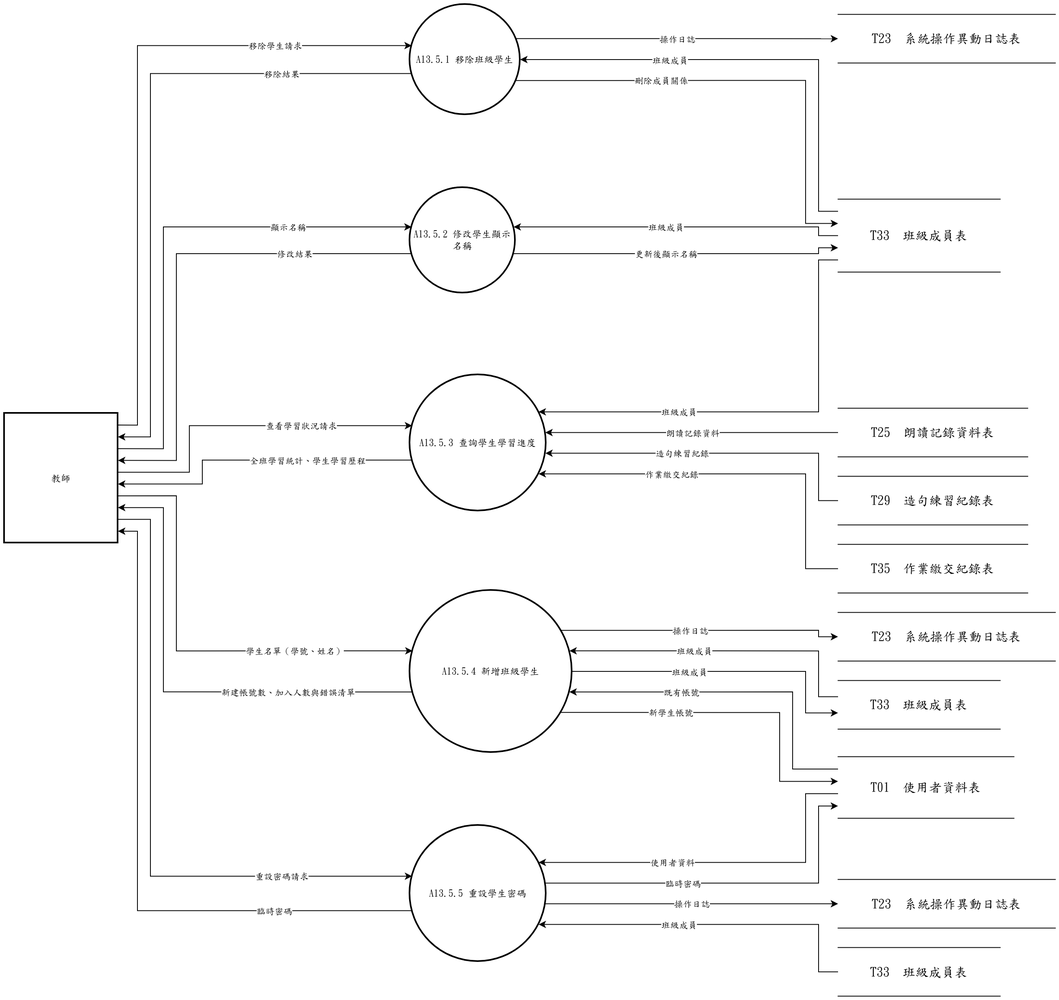
Before: 系統文件/第6章/DFD圖/圖13/圖13-5.drawio.png, a diagram exported from draw.io (s22452007/115502). Source tidied: cells renumbered, new cells last; positions are measured from the earlier drawing's top-left corner, leaving out a move shared by most shapes.
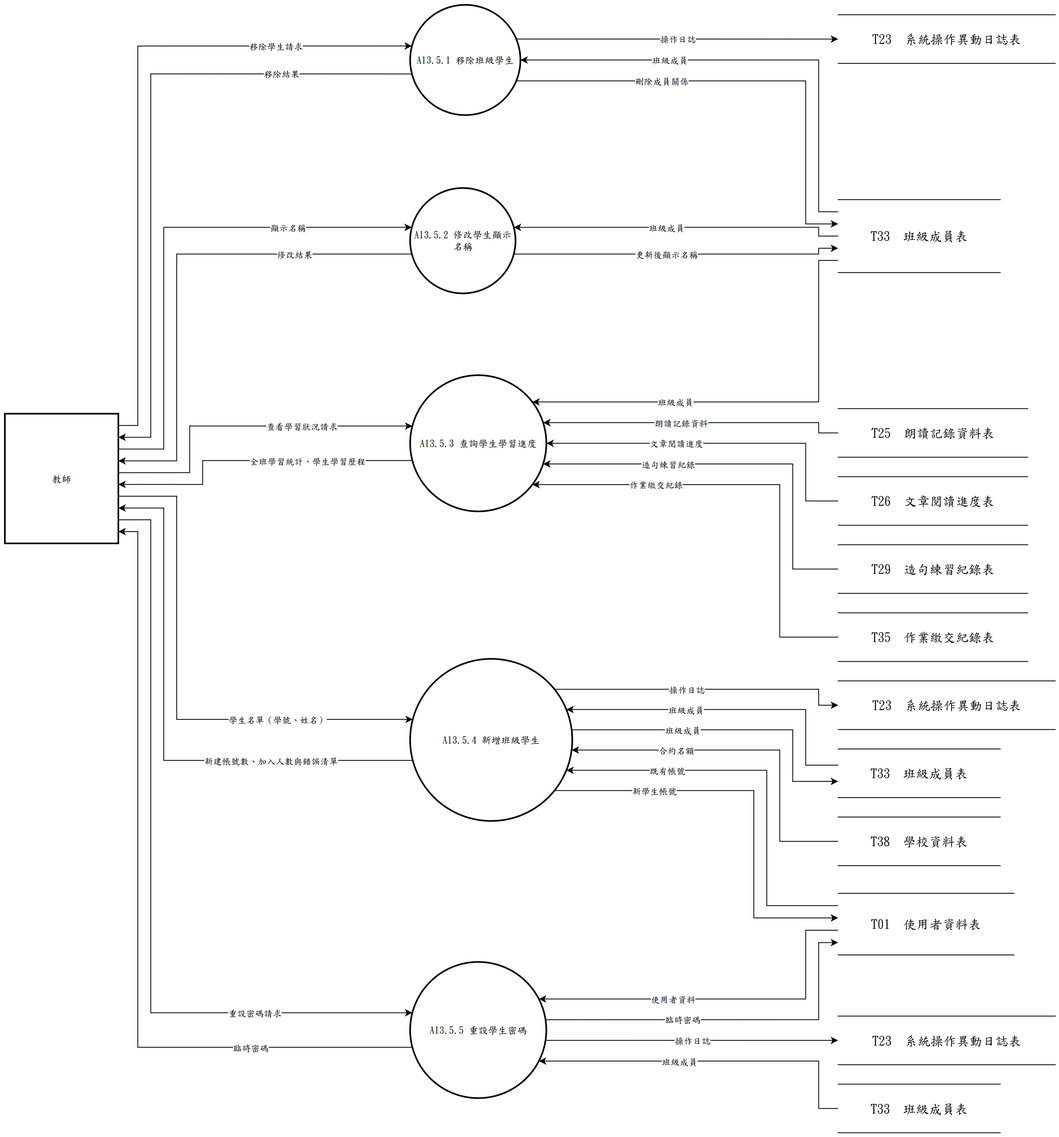
Later version of the same file.

Diff of the diagram source:
```diff
@@ -14,6 +14,6 @@
     <mxCell id="5" value="A13.5.4 新增班級學生" style="ellipse;strokeWidth=2;whiteSpace=wrap;html=1;fontFamily=標楷體;" parent="1" vertex="1">
-      <mxGeometry x="500" y="723" width="200" height="200" as="geometry" />
+      <mxGeometry x="500" y="807" width="200" height="200" as="geometry" />
     </mxCell>
     <mxCell id="6" value="A13.5.5 重設學生密碼" style="ellipse;strokeWidth=2;whiteSpace=wrap;html=1;fontFamily=標楷體;" parent="1" vertex="1">
-      <mxGeometry x="500" y="1013" width="168" height="168" as="geometry" />
+      <mxGeometry x="500" y="1181" width="168" height="168" as="geometry" />
     </mxCell>
@@ -31,22 +31,28 @@
     </mxCell>
+    <mxCell id="74" value="T26  文章閱讀進度表" style="shape=partialRectangle;whiteSpace=wrap;html=1;left=0;right=0;fontFamily=標楷體;fontSize=16;" parent="1" vertex="1">
+      <mxGeometry x="1028" y="582.2" width="234" height="60" as="geometry" />
+    </mxCell>
     <mxCell id="11" value="T29  造句練習紀錄表" style="shape=partialRectangle;whiteSpace=wrap;html=1;left=0;right=0;fontFamily=標楷體;fontSize=16;" parent="1" vertex="1">
-      <mxGeometry x="1028" y="582.2" width="234" height="60" as="geometry" />
+      <mxGeometry x="1028" y="666.2" width="234" height="60" as="geometry" />
     </mxCell>
     <mxCell id="12" value="T35  作業繳交紀錄表" style="shape=partialRectangle;whiteSpace=wrap;html=1;left=0;right=0;fontFamily=標楷體;fontSize=16;" parent="1" vertex="1">
-      <mxGeometry x="1028" y="666.2" width="234" height="60" as="geometry" />
+      <mxGeometry x="1028" y="750.2" width="234" height="60" as="geometry" />
     </mxCell>
     <mxCell id="13" value="T23  系統操作異動日誌表" style="shape=partialRectangle;whiteSpace=wrap;html=1;left=0;right=0;fontFamily=標楷體;fontSize=16;" parent="1" vertex="1">
-      <mxGeometry x="1028" y="750.2" width="268" height="60" as="geometry" />
+      <mxGeometry x="1028" y="834.2" width="268" height="60" as="geometry" />
     </mxCell>
     <mxCell id="14" value="T33  班級成員表" style="shape=partialRectangle;whiteSpace=wrap;html=1;left=0;right=0;fontFamily=標楷體;fontSize=16;" parent="1" vertex="1">
-      <mxGeometry x="1028" y="834.2" width="200" height="60" as="geometry" />
+      <mxGeometry x="1028" y="918.2" width="200" height="60" as="geometry" />
     </mxCell>
+    <mxCell id="75" value="T38  學校資料表" style="shape=partialRectangle;whiteSpace=wrap;html=1;left=0;right=0;fontFamily=標楷體;fontSize=16;" parent="1" vertex="1">
+      <mxGeometry x="1028" y="1002.2" width="200" height="60" as="geometry" />
+    </mxCell>
     <mxCell id="15" value="T01  使用者資料表" style="shape=partialRectangle;whiteSpace=wrap;html=1;left=0;right=0;fontFamily=標楷體;fontSize=16;" parent="1" vertex="1">
-      <mxGeometry x="1028" y="928.3" width="217" height="76" as="geometry" />
+      <mxGeometry x="1028" y="1096.3" width="217" height="76" as="geometry" />
     </mxCell>
     <mxCell id="16" value="T23  系統操作異動日誌表" style="shape=partialRectangle;whiteSpace=wrap;html=1;left=0;right=0;fontFamily=標楷體;fontSize=16;" parent="1" vertex="1">
-      <mxGeometry x="1028" y="1079.8" width="268" height="60" as="geometry" />
+      <mxGeometry x="1028" y="1247.8" width="268" height="60" as="geometry" />
     </mxCell>
     <mxCell id="17" value="T33  班級成員表" style="shape=partialRectangle;whiteSpace=wrap;html=1;left=0;right=0;fontFamily=標楷體;fontSize=16;" parent="1" vertex="1">
-      <mxGeometry x="1028" y="1163.8" width="200" height="60" as="geometry" />
+      <mxGeometry x="1028" y="1331.8" width="200" height="60" as="geometry" />
     </mxCell>
@@ -55,3 +61,3 @@
         <Array as="points">
-          <mxPoint x="164" y="519.1" />
+          <mxPoint x="164" y="519" />
           <mxPoint x="164" y="50.8" />
@@ -105,3 +111,3 @@
         <Array as="points">
-          <mxPoint x="196" y="548.2" />
+          <mxPoint x="196" y="548.1" />
           <mxPoint x="196" y="274.5" />
@@ -149,3 +155,3 @@
         <Array as="points">
-          <mxPoint x="228" y="577.3" />
+          <mxPoint x="228" y="577.2" />
           <mxPoint x="228" y="519.7" />
@@ -157,3 +163,3 @@
     </mxCell>
-    <mxCell id="38" style="edgeStyle=none;rounded=0;html=1;fontFamily=標楷體;endArrow=classic;exitX=0.0000;exitY=0.8333;exitDx=0;exitDy=0;exitPerimeter=0;entryX=0.9450;entryY=0.2720;entryDx=0;entryDy=0;entryPerimeter=0;" parent="1" edge="1" source="9" target="4">
+    <mxCell id="38" style="edgeStyle=none;rounded=0;html=1;fontFamily=標楷體;endArrow=classic;exitX=0.0000;exitY=0.8333;exitDx=0;exitDy=0;exitPerimeter=0;entryX=0.8973;entryY=0.1964;entryDx=0;entryDy=0;entryPerimeter=0;" parent="1" edge="1" source="9" target="4">
       <mxGeometry relative="1" as="geometry">
@@ -161,3 +167,3 @@
           <mxPoint x="1004" y="315.3" />
-          <mxPoint x="1004" y="502.7" />
+          <mxPoint x="1004" y="490" />
         </Array>
@@ -166,9 +172,9 @@
     <mxCell id="39" value="班級成員" style="edgeLabel;html=1;align=center;verticalAlign=middle;fontFamily=標楷體;" parent="38" vertex="1">
-      <mxGeometry x="0.38" relative="1" as="geometry" />
+      <mxGeometry x="0.36" relative="1" as="geometry" />
     </mxCell>
-    <mxCell id="40" style="edgeStyle=none;rounded=0;html=1;fontFamily=標楷體;endArrow=classic;exitX=0.0000;exitY=0.5000;exitDx=0;exitDy=0;exitPerimeter=0;entryX=0.9450;entryY=0.7280;entryDx=0;entryDy=0;entryPerimeter=0;" parent="1" edge="1" source="12" target="4">
+    <mxCell id="40" style="edgeStyle=none;rounded=0;html=1;fontFamily=標楷體;endArrow=classic;exitX=0.0000;exitY=0.5000;exitDx=0;exitDy=0;exitPerimeter=0;entryX=0.8973;entryY=0.8036;entryDx=0;entryDy=0;entryPerimeter=0;" parent="1" edge="1" source="12" target="4">
       <mxGeometry relative="1" as="geometry">
         <Array as="points">
-          <mxPoint x="988" y="696.2" />
-          <mxPoint x="988" y="579.3" />
+          <mxPoint x="956" y="780.2" />
+          <mxPoint x="956" y="592" />
         </Array>
@@ -177,9 +183,9 @@
     <mxCell id="41" value="作業繳交紀錄" style="edgeLabel;html=1;align=center;verticalAlign=middle;fontFamily=標楷體;" parent="40" vertex="1">
-      <mxGeometry x="0.32" relative="1" as="geometry" />
+      <mxGeometry x="0.46" relative="1" as="geometry" />
     </mxCell>
-    <mxCell id="42" style="edgeStyle=none;rounded=0;html=1;fontFamily=標楷體;endArrow=classic;exitX=0.0000;exitY=0.5000;exitDx=0;exitDy=0;exitPerimeter=0;entryX=0.9942;entryY=0.5760;entryDx=0;entryDy=0;entryPerimeter=0;" parent="1" edge="1" source="11" target="4">
+    <mxCell id="42" style="edgeStyle=none;rounded=0;html=1;fontFamily=標楷體;endArrow=classic;exitX=0.0000;exitY=0.5000;exitDx=0;exitDy=0;exitPerimeter=0;entryX=0.9764;entryY=0.6518;entryDx=0;entryDy=0;entryPerimeter=0;" parent="1" edge="1" source="11" target="4">
       <mxGeometry relative="1" as="geometry">
         <Array as="points">
-          <mxPoint x="1004" y="612.2" />
-          <mxPoint x="1004" y="553.8" />
+          <mxPoint x="972" y="696.2" />
+          <mxPoint x="972" y="566.5" />
         </Array>
@@ -188,9 +194,14 @@
     <mxCell id="43" value="造句練習紀錄" style="edgeLabel;html=1;align=center;verticalAlign=middle;fontFamily=標楷體;" parent="42" vertex="1">
-      <mxGeometry x="0.2" relative="1" as="geometry" />
+      <mxGeometry x="0.38" relative="1" as="geometry" />
     </mxCell>
-    <mxCell id="44" style="edgeStyle=none;rounded=0;html=1;fontFamily=標楷體;endArrow=classic;exitX=0.0000;exitY=0.5000;exitDx=0;exitDy=0;exitPerimeter=0;entryX=0.9942;entryY=0.4240;entryDx=0;entryDy=0;entryPerimeter=0;" parent="1" edge="1" source="10" target="4">
-      <mxGeometry relative="1" as="geometry" />
+    <mxCell id="44" style="edgeStyle=none;rounded=0;html=1;fontFamily=標楷體;endArrow=classic;exitX=0.0000;exitY=0.5000;exitDx=0;exitDy=0;exitPerimeter=0;entryX=0.9764;entryY=0.3482;entryDx=0;entryDy=0;entryPerimeter=0;" parent="1" edge="1" source="10" target="4">
+      <mxGeometry relative="1" as="geometry">
+        <Array as="points">
+          <mxPoint x="1004" y="528.2" />
+          <mxPoint x="1004" y="515.5" />
+        </Array>
+      </mxGeometry>
     </mxCell>
     <mxCell id="45" value="朗讀記錄資料" style="edgeLabel;html=1;align=center;verticalAlign=middle;fontFamily=標楷體;" parent="44" vertex="1">
-      <mxGeometry relative="1" as="geometry" />
+      <mxGeometry x="0.1" relative="1" as="geometry" />
     </mxCell>
@@ -211,3 +222,3 @@
           <mxPoint x="212" y="606.3" />
-          <mxPoint x="212" y="797.7" />
+          <mxPoint x="212" y="881.7" />
         </Array>
@@ -218,7 +229,7 @@
     </mxCell>
-    <mxCell id="50" style="edgeStyle=none;rounded=0;html=1;fontFamily=標楷體;endArrow=classic;exitX=0.0000;exitY=0.2000;exitDx=0;exitDy=0;exitPerimeter=0;entryX=0.9837;entryY=0.6267;entryDx=0;entryDy=0;entryPerimeter=0;" parent="1" edge="1" source="15" target="5">
+    <mxCell id="50" style="edgeStyle=none;rounded=0;html=1;fontFamily=標楷體;endArrow=classic;exitX=0.0000;exitY=0.2000;exitDx=0;exitDy=0;exitPerimeter=0;entryX=0.9635;entryY=0.6875;entryDx=0;entryDy=0;entryPerimeter=0;" parent="1" edge="1" source="15" target="5">
       <mxGeometry relative="1" as="geometry">
         <Array as="points">
-          <mxPoint x="972" y="943.5" />
-          <mxPoint x="972" y="848.3" />
+          <mxPoint x="940" y="1111.5" />
+          <mxPoint x="940" y="944.5" />
         </Array>
@@ -227,9 +238,9 @@
     <mxCell id="51" value="既有帳號" style="edgeLabel;html=1;align=center;verticalAlign=middle;fontFamily=標楷體;" parent="50" vertex="1">
-      <mxGeometry x="0.35" relative="1" as="geometry" />
+      <mxGeometry x="0.51" relative="1" as="geometry" />
     </mxCell>
-    <mxCell id="52" style="edgeStyle=none;rounded=0;html=1;fontFamily=標楷體;endArrow=classic;exitX=0.0000;exitY=0.3333;exitDx=0;exitDy=0;exitPerimeter=0;entryX=0.9837;entryY=0.3733;entryDx=0;entryDy=0;entryPerimeter=0;" parent="1" edge="1" source="14" target="5">
+    <mxCell id="52" style="edgeStyle=none;rounded=0;html=1;fontFamily=標楷體;endArrow=classic;exitX=0.0000;exitY=0.3333;exitDx=0;exitDy=0;exitPerimeter=0;entryX=0.9635;entryY=0.3125;entryDx=0;entryDy=0;entryPerimeter=0;" parent="1" edge="1" source="14" target="5">
       <mxGeometry relative="1" as="geometry">
         <Array as="points">
-          <mxPoint x="1004" y="854.2" />
-          <mxPoint x="1004" y="797.7" />
+          <mxPoint x="988" y="938.2" />
+          <mxPoint x="988" y="869.5" />
         </Array>
@@ -238,3 +249,3 @@
     <mxCell id="53" value="班級成員" style="edgeLabel;html=1;align=center;verticalAlign=middle;fontFamily=標楷體;" parent="52" vertex="1">
-      <mxGeometry x="0.21" relative="1" as="geometry" />
+      <mxGeometry x="0.27" relative="1" as="geometry" />
     </mxCell>
@@ -243,3 +254,3 @@
         <Array as="points">
-          <mxPoint x="196" y="848.3" />
+          <mxPoint x="196" y="932.3" />
           <mxPoint x="196" y="620.9" />
@@ -251,7 +262,7 @@
     </mxCell>
-    <mxCell id="56" style="edgeStyle=none;rounded=0;html=1;fontFamily=標楷體;endArrow=classic;exitX=0.9311;exitY=0.7533;exitDx=0;exitDy=0;exitPerimeter=0;entryX=0.0000;entryY=0.4000;entryDx=0;entryDy=0;entryPerimeter=0;" parent="1" edge="1" source="5" target="15">
+    <mxCell id="56" style="edgeStyle=none;rounded=0;html=1;fontFamily=標楷體;endArrow=classic;exitX=0.8903;exitY=0.8125;exitDx=0;exitDy=0;exitPerimeter=0;entryX=0.0000;entryY=0.4000;entryDx=0;entryDy=0;entryPerimeter=0;" parent="1" edge="1" source="5" target="15">
       <mxGeometry relative="1" as="geometry">
         <Array as="points">
-          <mxPoint x="956" y="873.7" />
-          <mxPoint x="956" y="958.7" />
+          <mxPoint x="924" y="969.5" />
+          <mxPoint x="924" y="1126.7" />
         </Array>
@@ -260,9 +271,9 @@
     <mxCell id="57" value="新學生帳號" style="edgeLabel;html=1;align=center;verticalAlign=middle;fontFamily=標楷體;" parent="56" vertex="1">
-      <mxGeometry x="-0.37" relative="1" as="geometry" />
+      <mxGeometry x="-0.52" relative="1" as="geometry" />
     </mxCell>
-    <mxCell id="58" style="edgeStyle=none;rounded=0;html=1;fontFamily=標楷體;endArrow=classic;exitX=1.0000;exitY=0.5000;exitDx=0;exitDy=0;exitPerimeter=0;entryX=0.0000;entryY=0.6667;entryDx=0;entryDy=0;entryPerimeter=0;" parent="1" edge="1" source="5" target="14">
+    <mxCell id="58" style="edgeStyle=none;rounded=0;html=1;fontFamily=標楷體;endArrow=classic;exitX=0.9961;exitY=0.4375;exitDx=0;exitDy=0;exitPerimeter=0;entryX=0.0000;entryY=0.6667;entryDx=0;entryDy=0;entryPerimeter=0;" parent="1" edge="1" source="5" target="14">
       <mxGeometry relative="1" as="geometry">
         <Array as="points">
-          <mxPoint x="988" y="823" />
-          <mxPoint x="988" y="874.2" />
+          <mxPoint x="972" y="894.5" />
+          <mxPoint x="972" y="958.2" />
         </Array>
@@ -271,9 +282,9 @@
     <mxCell id="59" value="班級成員" style="edgeLabel;html=1;align=center;verticalAlign=middle;fontFamily=標楷體;" parent="58" vertex="1">
-      <mxGeometry x="-0.24" relative="1" as="geometry" />
+      <mxGeometry x="-0.3" relative="1" as="geometry" />
     </mxCell>
-    <mxCell id="60" style="edgeStyle=none;rounded=0;html=1;fontFamily=標楷體;endArrow=classic;exitX=0.9311;exitY=0.2467;exitDx=0;exitDy=0;exitPerimeter=0;entryX=0.0000;entryY=0.5000;entryDx=0;entryDy=0;entryPerimeter=0;" parent="1" edge="1" source="5" target="13">
+    <mxCell id="60" style="edgeStyle=none;rounded=0;html=1;fontFamily=標楷體;endArrow=classic;exitX=0.8903;exitY=0.1875;exitDx=0;exitDy=0;exitPerimeter=0;entryX=0.0000;entryY=0.5000;entryDx=0;entryDy=0;entryPerimeter=0;" parent="1" edge="1" source="5" target="13">
       <mxGeometry relative="1" as="geometry">
         <Array as="points">
-          <mxPoint x="1004" y="772.3" />
-          <mxPoint x="1004" y="780.2" />
+          <mxPoint x="1004" y="844.5" />
+          <mxPoint x="1004" y="864.2" />
         </Array>
@@ -282,3 +293,3 @@
     <mxCell id="61" value="操作日誌" style="edgeLabel;html=1;align=center;verticalAlign=middle;fontFamily=標楷體;" parent="60" vertex="1">
-      <mxGeometry x="-0.09" relative="1" as="geometry" />
+      <mxGeometry x="-0.12" relative="1" as="geometry" />
     </mxCell>
@@ -288,3 +299,3 @@
           <mxPoint x="180" y="635.4" />
-          <mxPoint x="180" y="1075.7" />
+          <mxPoint x="180" y="1243.7" />
         </Array>
@@ -298,4 +309,4 @@
         <Array as="points">
-          <mxPoint x="1004" y="1193.8" />
-          <mxPoint x="1004" y="1135.3" />
+          <mxPoint x="1004" y="1361.8" />
+          <mxPoint x="1004" y="1303.3" />
         </Array>
@@ -309,4 +320,4 @@
         <Array as="points">
-          <mxPoint x="988" y="973.9" />
-          <mxPoint x="988" y="1058.7" />
+          <mxPoint x="988" y="1141.9" />
+          <mxPoint x="988" y="1226.7" />
         </Array>
@@ -320,3 +331,3 @@
         <Array as="points">
-          <mxPoint x="164" y="1118.3" />
+          <mxPoint x="164" y="1286.3" />
           <mxPoint x="164" y="650" />
@@ -326,3 +337,3 @@
     <mxCell id="69" value="臨時密碼" style="edgeLabel;html=1;align=center;verticalAlign=middle;fontFamily=標楷體;" parent="68" vertex="1">
-      <mxGeometry x="-0.59" relative="1" as="geometry" />
+      <mxGeometry x="-0.6" relative="1" as="geometry" />
     </mxCell>
@@ -331,4 +342,4 @@
         <Array as="points">
-          <mxPoint x="1004" y="1084.2" />
-          <mxPoint x="1004" y="989.1" />
+          <mxPoint x="1004" y="1252.2" />
+          <mxPoint x="1004" y="1157.1" />
         </Array>
@@ -345,2 +356,24 @@
     </mxCell>
+    <mxCell id="76" style="edgeStyle=none;rounded=0;html=1;fontFamily=標楷體;endArrow=classic;exitX=0.0000;exitY=0.5000;exitDx=0;exitDy=0;exitPerimeter=0;entryX=1.0000;entryY=0.5000;entryDx=0;entryDy=0;entryPerimeter=0;" parent="1" edge="1" source="74" target="4">
+      <mxGeometry relative="1" as="geometry">
+        <Array as="points">
+          <mxPoint x="988" y="612.2" />
+          <mxPoint x="988" y="541" />
+        </Array>
+      </mxGeometry>
+    </mxCell>
+    <mxCell id="77" value="文章閱讀進度" style="edgeLabel;html=1;align=center;verticalAlign=middle;fontFamily=標楷體;" parent="76" vertex="1">
+      <mxGeometry x="0.26" relative="1" as="geometry" />
+    </mxCell>
+    <mxCell id="78" style="edgeStyle=none;rounded=0;html=1;fontFamily=標楷體;endArrow=classic;exitX=0.0000;exitY=0.5000;exitDx=0;exitDy=0;exitPerimeter=0;entryX=0.9961;entryY=0.5625;entryDx=0;entryDy=0;entryPerimeter=0;" parent="1" edge="1" source="75" target="5">
+      <mxGeometry relative="1" as="geometry">
+        <Array as="points">
+          <mxPoint x="956" y="1032.2" />
+          <mxPoint x="956" y="919.5" />
+        </Array>
+      </mxGeometry>
+    </mxCell>
+    <mxCell id="79" value="合約名額" style="edgeLabel;html=1;align=center;verticalAlign=middle;fontFamily=標楷體;" parent="78" vertex="1">
+      <mxGeometry x="0.42" relative="1" as="geometry" />
+    </mxCell>
   </root>
```
